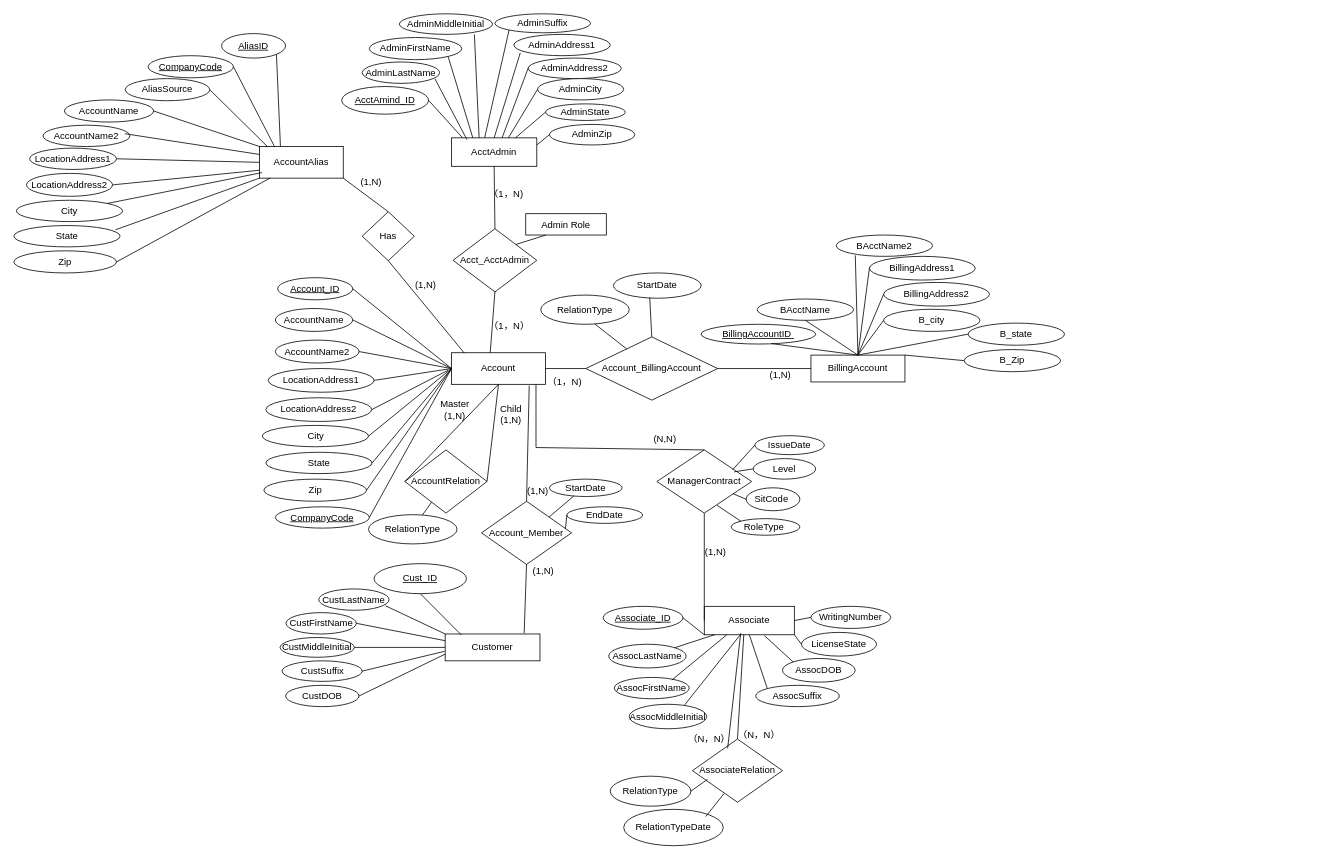
This is page "Page-1" (1 of 2) of dsm-project-p1.drawio from HanquanL/c_practices, a draw.io file, before an edit. Source tidied: cells renumbered, new cells numbered last; positions are measured from the earlier drawing's top-left corner, leaving out a move shared by most shapes. Both pictures are drawn from the tidied source at 79%, with x=0, y=0 at pixel (13, 13).
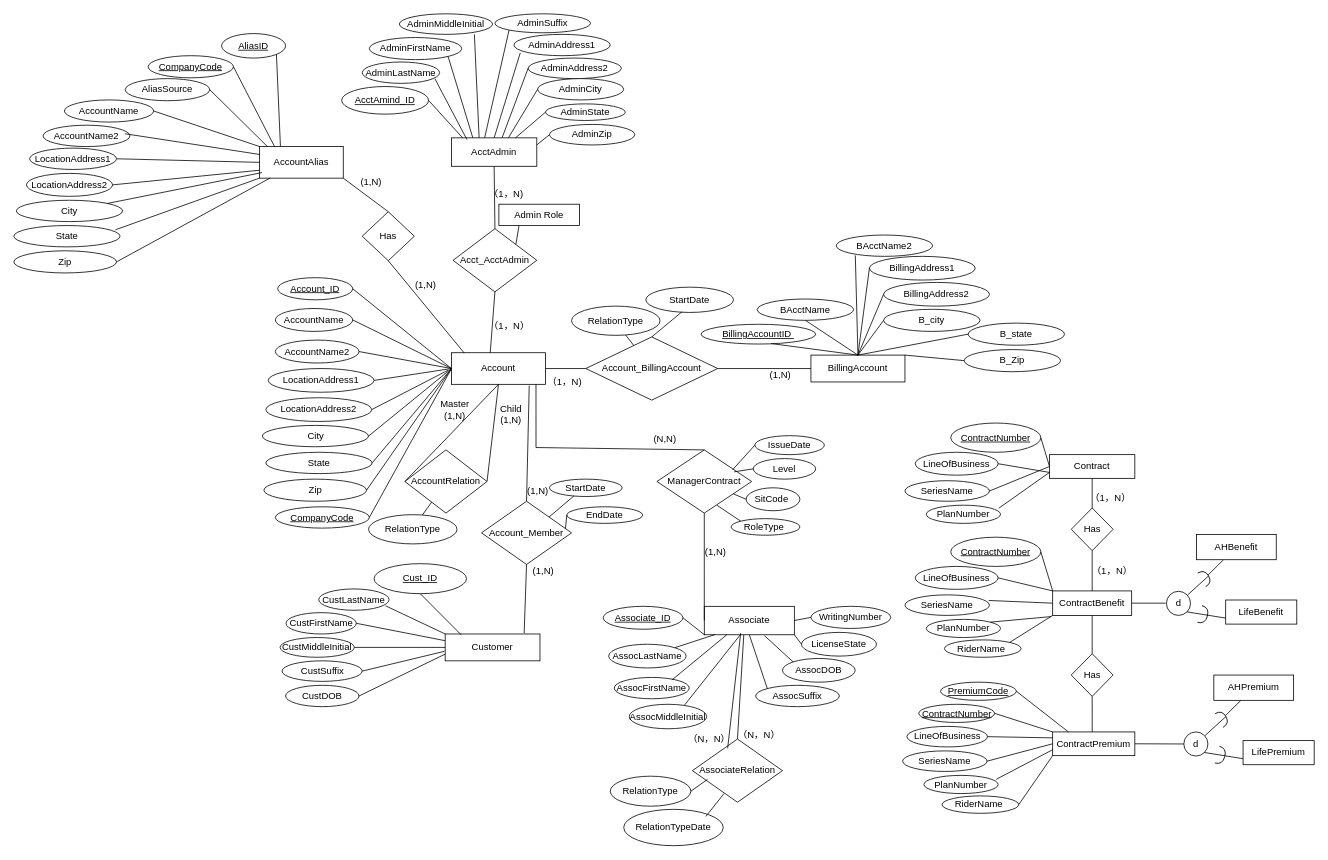
The same diagram, later.

Change to the diagram source:
```diff
@@
     <mxCell id="44" value="RelationType" style="ellipse;whiteSpace=wrap;html=1;" parent="1" vertex="1">
-      <mxGeometry x="667" y="356" width="112" height="37" as="geometry" />
+      <mxGeometry x="706" y="370" width="112" height="37" as="geometry" />
     </mxCell>
@@
     <mxCell id="46" value="StartDate" style="ellipse;whiteSpace=wrap;html=1;" parent="1" vertex="1">
-      <mxGeometry x="759" y="328" width="111" height="32" as="geometry" />
+      <mxGeometry x="800" y="346" width="111" height="32" as="geometry" />
     </mxCell>
@@
     <mxCell id="78" value="Admin Role" style="rounded=0;whiteSpace=wrap;html=1;" parent="1" vertex="1">
-      <mxGeometry x="648" y="253" width="102" height="27" as="geometry" />
+      <mxGeometry x="614" y="241" width="102" height="27" as="geometry" />
     </mxCell>
@@
+    <mxCell id="169" value="Contract" style="rounded=0;whiteSpace=wrap;html=1;" parent="1" vertex="1">
+      <mxGeometry x="1311" y="558" width="108" height="30" as="geometry" />
+    </mxCell>
+    <mxCell id="170" value="&lt;u&gt;ContractNumber&lt;/u&gt;" style="ellipse;whiteSpace=wrap;html=1;" parent="1" vertex="1">
+      <mxGeometry x="1186" y="518" width="114" height="37" as="geometry" />
+    </mxCell>
+    <mxCell id="171" style="endArrow=none;html=1;rounded=0;entryX=0;entryY=0.5;entryDx=0;entryDy=0;exitX=1;exitY=0.5;exitDx=0;exitDy=0;" parent="1" edge="1" source="170" target="169">
+      <mxGeometry relative="1" as="geometry" />
+    </mxCell>
+    <mxCell id="172" value="LineOfBusiness" style="ellipse;whiteSpace=wrap;html=1;" parent="1" vertex="1">
+      <mxGeometry x="1141" y="555" width="105" height="29" as="geometry" />
+    </mxCell>
+    <mxCell id="173" value="SeriesName" style="ellipse;whiteSpace=wrap;html=1;" parent="1" vertex="1">
+      <mxGeometry x="1128" y="591" width="107" height="26" as="geometry" />
+    </mxCell>
+    <mxCell id="174" value="PlanNumber" style="ellipse;whiteSpace=wrap;html=1;" parent="1" vertex="1">
+      <mxGeometry x="1155" y="622" width="94" height="23" as="geometry" />
+    </mxCell>
+    <mxCell id="175" style="endArrow=none;html=1;rounded=0;exitX=1;exitY=0.5;exitDx=0;exitDy=0;entryX=0;entryY=0.75;entryDx=0;entryDy=0;" parent="1" edge="1" source="172" target="169">
+      <mxGeometry relative="1" as="geometry" />
+    </mxCell>
+    <mxCell id="176" style="endArrow=none;html=1;rounded=0;entryX=0;entryY=0.5;entryDx=0;entryDy=0;exitX=1;exitY=0.5;exitDx=0;exitDy=0;" parent="1" edge="1" source="173" target="169">
+      <mxGeometry relative="1" as="geometry" />
+    </mxCell>
+    <mxCell id="177" style="endArrow=none;html=1;rounded=0;entryX=0;entryY=0.75;entryDx=0;entryDy=0;exitX=0.977;exitY=0.165;exitDx=0;exitDy=0;exitPerimeter=0;" parent="1" edge="1" source="174" target="169">
+      <mxGeometry relative="1" as="geometry" />
+    </mxCell>
+    <mxCell id="178" value="Has" style="rhombus;whiteSpace=wrap;html=1;" parent="1" vertex="1">
+      <mxGeometry x="1338.5" y="625.5" width="53" height="54" as="geometry" />
+    </mxCell>
+    <mxCell id="179" style="endArrow=none;html=1;rounded=0;exitX=0.5;exitY=0;exitDx=0;exitDy=0;entryX=0.5;entryY=1;entryDx=0;entryDy=0;" parent="1" edge="1" source="178" target="169">
+      <mxGeometry relative="1" as="geometry" />
+    </mxCell>
+    <mxCell id="180" value="ContractBenefit" style="rounded=0;whiteSpace=wrap;html=1;" parent="1" vertex="1">
+      <mxGeometry x="1315" y="730.5" width="100" height="31" as="geometry" />
+    </mxCell>
+    <mxCell id="181" style="endArrow=none;html=1;rounded=0;exitX=0.5;exitY=0;exitDx=0;exitDy=0;entryX=0.5;entryY=1;entryDx=0;entryDy=0;" parent="1" edge="1" source="180" target="178">
+      <mxGeometry relative="1" as="geometry" />
+    </mxCell>
+    <mxCell id="182" value="RiderName&amp;nbsp;" style="ellipse;whiteSpace=wrap;html=1;" parent="1" vertex="1">
+      <mxGeometry x="1178" y="792.5" width="97" height="22" as="geometry" />
+    </mxCell>
+    <mxCell id="183" value="&lt;u&gt;ContractNumber&lt;/u&gt;" style="ellipse;whiteSpace=wrap;html=1;" parent="1" vertex="1">
+      <mxGeometry x="1186" y="662.5" width="114" height="37" as="geometry" />
+    </mxCell>
+    <mxCell id="184" value="LineOfBusiness" style="ellipse;whiteSpace=wrap;html=1;" parent="1" vertex="1">
+      <mxGeometry x="1141" y="699.5" width="105" height="29" as="geometry" />
+    </mxCell>
+    <mxCell id="185" value="SeriesName" style="ellipse;whiteSpace=wrap;html=1;" parent="1" vertex="1">
+      <mxGeometry x="1128" y="735.5" width="107" height="26" as="geometry" />
+    </mxCell>
+    <mxCell id="186" value="PlanNumber" style="ellipse;whiteSpace=wrap;html=1;" parent="1" vertex="1">
+      <mxGeometry x="1155" y="766.5" width="94" height="23" as="geometry" />
+    </mxCell>
+    <mxCell id="187" style="endArrow=none;html=1;rounded=0;entryX=1;entryY=0.5;entryDx=0;entryDy=0;exitX=0;exitY=0;exitDx=0;exitDy=0;" parent="1" edge="1" source="180" target="183">
+      <mxGeometry relative="1" as="geometry" />
+    </mxCell>
+    <mxCell id="188" style="endArrow=none;html=1;rounded=0;entryX=0;entryY=0;entryDx=0;entryDy=0;exitX=1;exitY=0.5;exitDx=0;exitDy=0;" parent="1" edge="1" source="184" target="180">
+      <mxGeometry relative="1" as="geometry" />
+    </mxCell>
+    <mxCell id="189" style="endArrow=none;html=1;rounded=0;entryX=0;entryY=0.5;entryDx=0;entryDy=0;exitX=0.991;exitY=0.273;exitDx=0;exitDy=0;exitPerimeter=0;" parent="1" edge="1" source="185" target="180">
+      <mxGeometry relative="1" as="geometry" />
+    </mxCell>
+    <mxCell id="190" style="endArrow=none;html=1;rounded=0;exitX=1;exitY=0;exitDx=0;exitDy=0;" parent="1" edge="1" source="186">
+      <mxGeometry relative="1" as="geometry">
+        <mxPoint x="1313" y="763" as="targetPoint" />
+      </mxGeometry>
+    </mxCell>
+    <mxCell id="191" style="endArrow=none;html=1;rounded=0;entryX=0;entryY=1;entryDx=0;entryDy=0;exitX=1;exitY=0;exitDx=0;exitDy=0;" parent="1" edge="1" source="182" target="180">
+      <mxGeometry relative="1" as="geometry" />
+    </mxCell>
+    <mxCell id="192" value="（1，N）" style="text;html=1;align=center;verticalAlign=middle;strokeColor=none;fillColor=none;" parent="1" vertex="1">
+      <mxGeometry x="1353" y="599.5" width="69" height="26" as="geometry" />
+    </mxCell>
+    <mxCell id="193" value="（1，N）" style="text;html=1;align=center;verticalAlign=middle;strokeColor=none;fillColor=none;" parent="1" vertex="1">
+      <mxGeometry x="1355" y="693" width="69" height="26" as="geometry" />
+    </mxCell>
+    <mxCell id="194" style="endArrow=none;html=1;rounded=0;entryX=1;entryY=0.5;entryDx=0;entryDy=0;" parent="1" edge="1" target="180">
+      <mxGeometry relative="1" as="geometry">
+        <mxPoint x="1458" y="746" as="sourcePoint" />
+      </mxGeometry>
+    </mxCell>
+    <mxCell id="195" value="d" style="ellipse;whiteSpace=wrap;html=1;" parent="1" vertex="1">
+      <mxGeometry x="1459" y="731" width="30.5" height="30.5" as="geometry" />
+    </mxCell>
+    <mxCell id="196" style="endArrow=none;html=1;rounded=0;" parent="1" edge="1" source="201" target="197">
+      <mxGeometry relative="1" as="geometry" />
+    </mxCell>
+    <mxCell id="197" value="AHBenefit" style="rounded=0;whiteSpace=wrap;html=1;" parent="1" vertex="1">
+      <mxGeometry x="1497" y="659" width="101" height="32" as="geometry" />
+    </mxCell>
+    <mxCell id="198" value="LifeBenefit" style="rounded=0;whiteSpace=wrap;html=1;" parent="1" vertex="1">
+      <mxGeometry x="1534" y="742" width="90" height="30.5" as="geometry" />
+    </mxCell>
+    <mxCell id="199" style="endArrow=none;html=1;rounded=0;entryX=0;entryY=0.75;entryDx=0;entryDy=0;exitX=1;exitY=1;exitDx=0;exitDy=0;" parent="1" edge="1" source="195" target="198">
+      <mxGeometry relative="1" as="geometry" />
+    </mxCell>
+    <mxCell id="200" style="endArrow=none;html=1;rounded=0;entryX=1;entryY=0.5;entryDx=0;entryDy=0;entryPerimeter=0;" parent="1" edge="1" target="201">
+      <mxGeometry relative="1" as="geometry">
+        <mxPoint x="1486" y="735.5" as="sourcePoint" />
+      </mxGeometry>
+    </mxCell>
+    <mxCell id="201" style="shape=requiredInterface;html=1;verticalLabelPosition=bottom;sketch=0;rotation=-30;" parent="1" vertex="1">
+      <mxGeometry x="1503" y="704" width="10" height="20" as="geometry" />
+    </mxCell>
+    <mxCell id="202" style="shape=requiredInterface;html=1;verticalLabelPosition=bottom;sketch=0;rotation=15;" parent="1" vertex="1">
+      <mxGeometry x="1501" y="750" width="10" height="22" as="geometry" />
+    </mxCell>
+    <mxCell id="203" value="Has" style="rhombus;whiteSpace=wrap;html=1;" parent="1" vertex="1">
+      <mxGeometry x="1338.5" y="810" width="53" height="54" as="geometry" />
+    </mxCell>
+    <mxCell id="204" style="endArrow=none;html=1;rounded=0;entryX=0.5;entryY=1;entryDx=0;entryDy=0;exitX=0.5;exitY=0;exitDx=0;exitDy=0;" parent="1" edge="1" source="203" target="180">
+      <mxGeometry relative="1" as="geometry" />
+    </mxCell>
+    <mxCell id="205" style="endArrow=none;html=1;rounded=0;entryX=0.5;entryY=1;entryDx=0;entryDy=0;exitX=0.481;exitY=0.067;exitDx=0;exitDy=0;exitPerimeter=0;" parent="1" edge="1" source="206" target="203">
+      <mxGeometry relative="1" as="geometry" />
+    </mxCell>
+    <mxCell id="206" value="ContractPremium" style="rounded=0;whiteSpace=wrap;html=1;" parent="1" vertex="1">
+      <mxGeometry x="1315" y="909" width="104" height="30" as="geometry" />
+    </mxCell>
+    <mxCell id="207" value="&lt;u&gt;PremiumCode&lt;/u&gt;" style="ellipse;whiteSpace=wrap;html=1;" parent="1" vertex="1">
+      <mxGeometry x="1173" y="846" width="96" height="23" as="geometry" />
+    </mxCell>
+    <mxCell id="208" value="&lt;u&gt;ContractNumber&lt;/u&gt;" style="ellipse;whiteSpace=wrap;html=1;" parent="1" vertex="1">
+      <mxGeometry x="1145.5" y="874" width="96" height="23" as="geometry" />
+    </mxCell>
+    <mxCell id="209" value="LineOfBusiness" style="ellipse;whiteSpace=wrap;html=1;" parent="1" vertex="1">
+      <mxGeometry x="1130.5" y="902" width="102" height="26" as="geometry" />
+    </mxCell>
+    <mxCell id="210" value="RiderName&amp;nbsp;" style="ellipse;whiteSpace=wrap;html=1;" parent="1" vertex="1">
+      <mxGeometry x="1175" y="990" width="97" height="22" as="geometry" />
+    </mxCell>
+    <mxCell id="211" value="SeriesName" style="ellipse;whiteSpace=wrap;html=1;" parent="1" vertex="1">
+      <mxGeometry x="1125" y="933" width="107" height="26" as="geometry" />
+    </mxCell>
+    <mxCell id="212" value="PlanNumber" style="ellipse;whiteSpace=wrap;html=1;" parent="1" vertex="1">
+      <mxGeometry x="1152" y="964" width="94" height="23" as="geometry" />
+    </mxCell>
+    <mxCell id="213" style="endArrow=none;html=1;rounded=0;entryX=1;entryY=0.5;entryDx=0;entryDy=0;exitX=0.192;exitY=0;exitDx=0;exitDy=0;exitPerimeter=0;" parent="1" edge="1" source="206" target="207">
+      <mxGeometry relative="1" as="geometry" />
+    </mxCell>
+    <mxCell id="214" style="endArrow=none;html=1;rounded=0;entryX=1;entryY=0.5;entryDx=0;entryDy=0;exitX=0;exitY=0;exitDx=0;exitDy=0;" parent="1" edge="1" source="206" target="208">
+      <mxGeometry relative="1" as="geometry" />
+    </mxCell>
+    <mxCell id="215" style="endArrow=none;html=1;rounded=0;entryX=1;entryY=0.5;entryDx=0;entryDy=0;exitX=0;exitY=0.25;exitDx=0;exitDy=0;" parent="1" edge="1" source="206" target="209">
+      <mxGeometry relative="1" as="geometry" />
+    </mxCell>
+    <mxCell id="216" style="endArrow=none;html=1;rounded=0;entryX=1;entryY=0.5;entryDx=0;entryDy=0;exitX=0;exitY=0.5;exitDx=0;exitDy=0;" parent="1" edge="1" source="206" target="211">
+      <mxGeometry relative="1" as="geometry" />
+    </mxCell>
+    <mxCell id="217" style="endArrow=none;html=1;rounded=0;entryX=0.974;entryY=0.217;entryDx=0;entryDy=0;entryPerimeter=0;exitX=0;exitY=0.75;exitDx=0;exitDy=0;" parent="1" edge="1" source="206" target="212">
+      <mxGeometry relative="1" as="geometry" />
+    </mxCell>
+    <mxCell id="218" style="endArrow=none;html=1;rounded=0;entryX=1;entryY=0.5;entryDx=0;entryDy=0;exitX=0;exitY=1;exitDx=0;exitDy=0;" parent="1" edge="1" source="206" target="210">
+      <mxGeometry relative="1" as="geometry" />
+    </mxCell>
+    <mxCell id="219" value="d" style="ellipse;whiteSpace=wrap;html=1;" parent="1" vertex="1">
+      <mxGeometry x="1481" y="909" width="30.5" height="30.5" as="geometry" />
+    </mxCell>
+    <mxCell id="220" style="endArrow=none;html=1;rounded=0;" parent="1" edge="1" source="225" target="221">
+      <mxGeometry relative="1" as="geometry" />
+    </mxCell>
+    <mxCell id="221" value="AHPremium" style="rounded=0;whiteSpace=wrap;html=1;" parent="1" vertex="1">
+      <mxGeometry x="1519" y="837" width="101" height="32" as="geometry" />
+    </mxCell>
+    <mxCell id="222" value="LifePremium" style="rounded=0;whiteSpace=wrap;html=1;" parent="1" vertex="1">
+      <mxGeometry x="1556" y="920" width="90" height="30.5" as="geometry" />
+    </mxCell>
+    <mxCell id="223" style="endArrow=none;html=1;rounded=0;entryX=0;entryY=0.75;entryDx=0;entryDy=0;exitX=1;exitY=1;exitDx=0;exitDy=0;" parent="1" edge="1" source="219" target="222">
+      <mxGeometry relative="1" as="geometry" />
+    </mxCell>
+    <mxCell id="224" style="endArrow=none;html=1;rounded=0;entryX=1;entryY=0.5;entryDx=0;entryDy=0;entryPerimeter=0;" parent="1" edge="1" target="225">
+      <mxGeometry relative="1" as="geometry">
+        <mxPoint x="1508" y="913.5" as="sourcePoint" />
+      </mxGeometry>
+    </mxCell>
+    <mxCell id="225" style="shape=requiredInterface;html=1;verticalLabelPosition=bottom;sketch=0;rotation=-30;" parent="1" vertex="1">
+      <mxGeometry x="1525" y="882" width="10" height="20" as="geometry" />
+    </mxCell>
+    <mxCell id="226" style="shape=requiredInterface;html=1;verticalLabelPosition=bottom;sketch=0;rotation=15;" parent="1" vertex="1">
+      <mxGeometry x="1523" y="928" width="10" height="22" as="geometry" />
+    </mxCell>
+    <mxCell id="227" style="endArrow=none;html=1;rounded=0;entryX=1;entryY=0.5;entryDx=0;entryDy=0;exitX=0;exitY=0.5;exitDx=0;exitDy=0;" parent="1" edge="1" source="219" target="206">
+      <mxGeometry relative="1" as="geometry" />
+    </mxCell>
```
